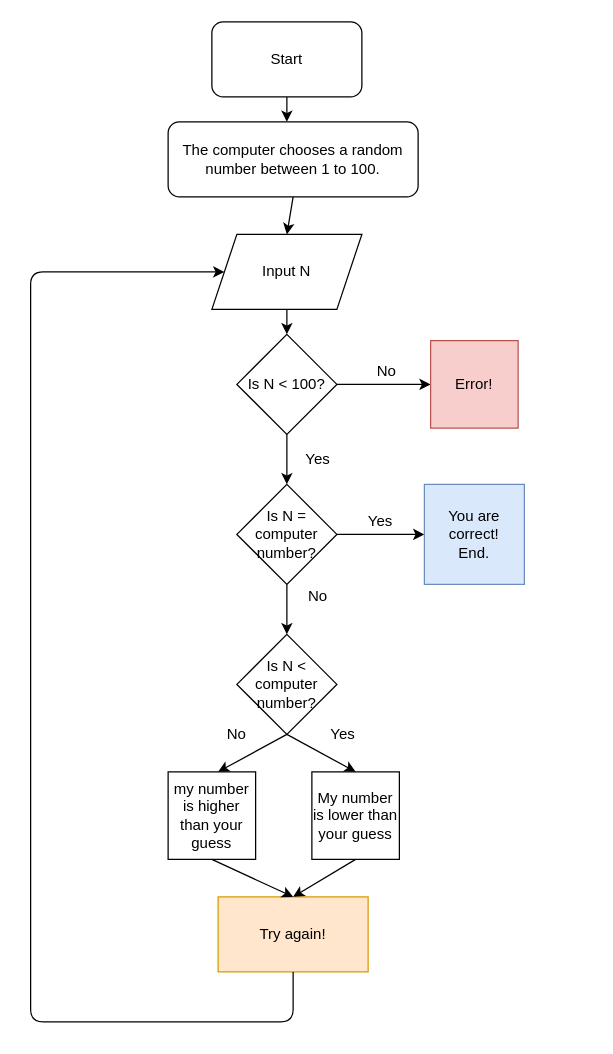
Above: Basic Exercise/Diagramexercise.drawio in 1bella2bella3bella/FE21_Sayuri_Isabella (draw.io), before the change. Source tidied: cells renumbered, new cells numbered last; positions are measured from the earlier drawing's top-left corner, leaving out a move shared by most shapes. Both pictures are drawn from the tidied source at 125%, with x=0, y=0 at pixel (30, 21).
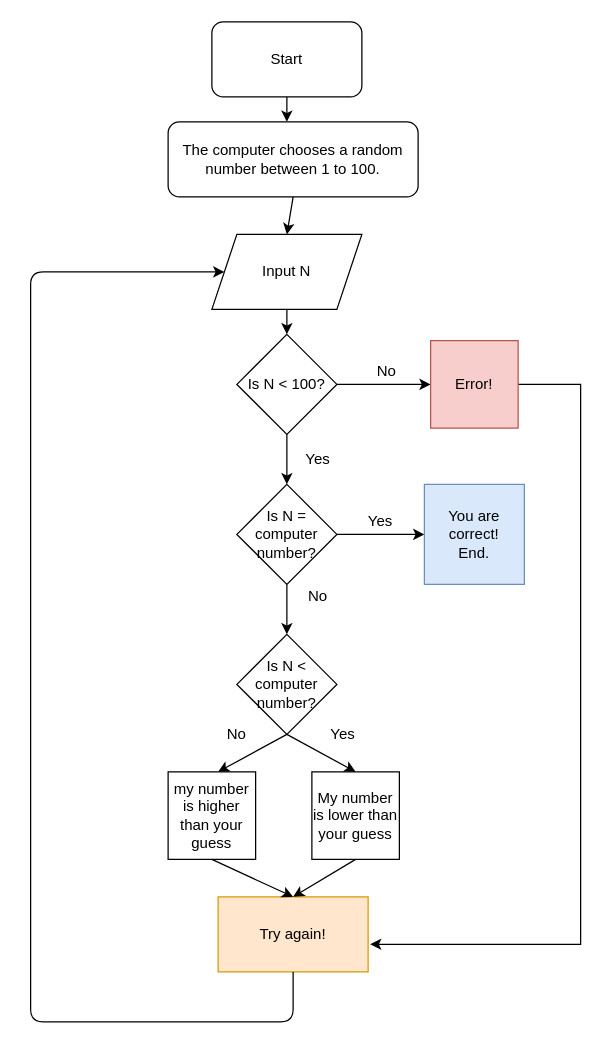
After the change.

Unchanged cells that the change refers to:
```xml
<mxCell id="10" value="Error!" style="whiteSpace=wrap;html=1;fillColor=#f8cecc;strokeColor=#b85450;" parent="1" vertex="1">
  <mxGeometry x="320" y="255" width="70" height="70" as="geometry" />
</mxCell>
<mxCell id="21" value="Try again!" style="rounded=0;whiteSpace=wrap;html=1;fillColor=#ffe6cc;strokeColor=#d79b00;" parent="1" vertex="1">
  <mxGeometry x="150" y="700" width="120" height="60" as="geometry" />
</mxCell>
```

Change to the diagram source:
```diff
@@
+    <mxCell id="32" style="edgeStyle=orthogonalEdgeStyle;rounded=0;jettySize=auto;html=1;exitX=1;exitY=0.5;exitDx=0;exitDy=0;entryX=1.013;entryY=0.633;entryDx=0;entryDy=0;entryPerimeter=0;" parent="1" edge="1" source="10" target="21">
+      <mxGeometry relative="1" as="geometry">
+        <Array as="points">
+          <mxPoint x="440" y="290" />
+          <mxPoint x="440" y="738" />
+        </Array>
+      </mxGeometry>
+    </mxCell>
```
